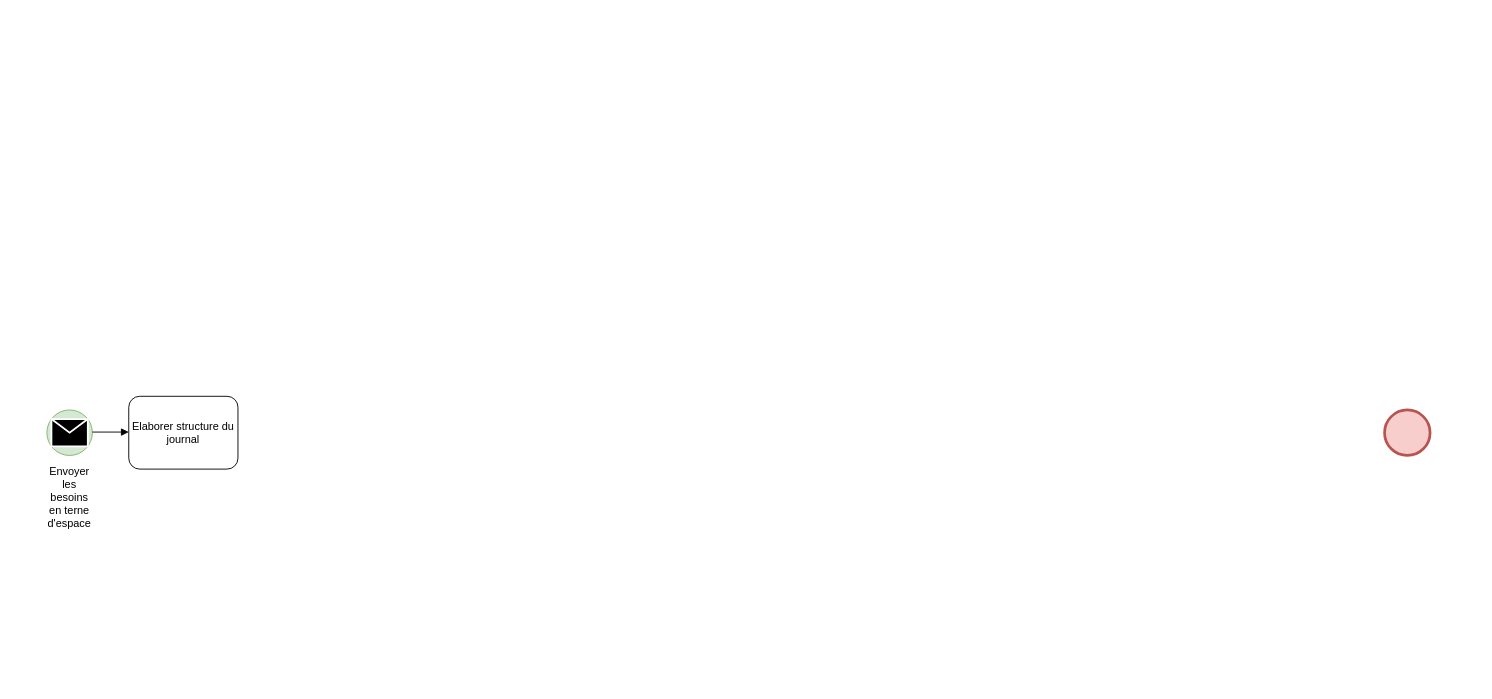
Before: Untitled Diagram.drawio in DonFeli/Projet_Inegalites, a draw.io diagram. Source tidied: cells renumbered, new cells numbered last; positions are measured from the earlier drawing's top-left corner, leaving out a move shared by most shapes. Both pictures are drawn from the tidied source at 91%, with x=0, y=0 at pixel (46, 396).
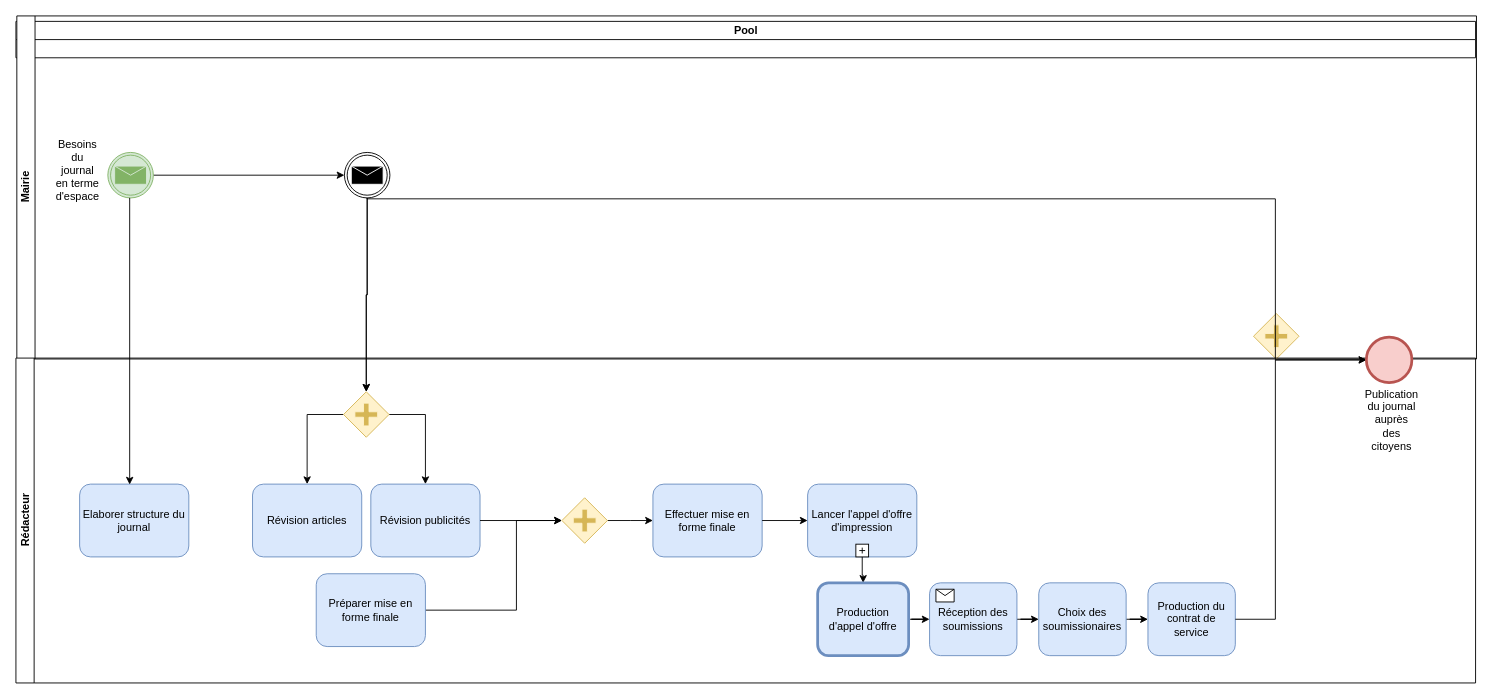
The same diagram, later.

What changed in the source:
```diff
@@
-    <mxCell id="2" style="shape=mxgraph.bpmn.shape;html=1;verticalLabelPosition=bottom;labelBackgroundColor=#ffffff;verticalAlign=top;align=center;perimeter=ellipsePerimeter;outline=standard;symbol=general;fillColor=#d5e8d4;strokeColor=#82b366;" parent="1" vertex="1">
-      <mxGeometry y="15" width="50" height="50" as="geometry" />
-    </mxCell>
-    <mxCell id="3" style="shape=mxgraph.bpmn.shape;html=1;verticalLabelPosition=bottom;labelBackgroundColor=#ffffff;verticalAlign=top;align=center;perimeter=ellipsePerimeter;outline=end;symbol=general;fillColor=#f8cecc;strokeColor=#b85450;" parent="1" vertex="1">
-      <mxGeometry x="1470" y="15" width="50" height="50" as="geometry" />
-    </mxCell>
-    <mxCell id="4" style="endArrow=block;endFill=1;endSize=6;html=1;" parent="1" edge="1">
-      <mxGeometry relative="1" as="geometry">
-        <mxPoint x="50" y="39.3" as="sourcePoint" />
-        <mxPoint x="90" y="39.3" as="targetPoint" />
-      </mxGeometry>
-    </mxCell>
-    <mxCell id="5" style="shape=message;whiteSpace=wrap;html=1;fillColor=#000000;strokeColor=#ffffff;strokeWidth=2;" parent="1" vertex="1">
-      <mxGeometry x="5" y="25" width="40" height="30" as="geometry" />
-    </mxCell>
+    <mxCell id="8" value="Pool" style="swimlane;html=1;horizontal=1;startSize=20;" parent="1" vertex="1">
+      <mxGeometry x="-34" y="-412" width="1604" height="40" as="geometry" />
+    </mxCell>
+    <mxCell id="9" value="Mairie" style="swimlane;html=1;startSize=20;horizontal=0;" parent="1" vertex="1">
+      <mxGeometry x="-33" y="-418" width="1604" height="377" as="geometry" />
+    </mxCell>
+    <mxCell id="10" style="edgeStyle=orthogonalEdgeStyle;rounded=0;jettySize=auto;html=1;entryX=0;entryY=0.5;entryDx=0;entryDy=0;" parent="9" edge="1" source="11" target="12">
+      <mxGeometry relative="1" as="geometry" />
+    </mxCell>
+    <mxCell id="11" style="shape=mxgraph.bpmn.shape;html=1;verticalLabelPosition=bottom;labelBackgroundColor=#ffffff;verticalAlign=top;align=center;perimeter=ellipsePerimeter;outlineConnect=0;outline=throwing;symbol=message;fillColor=#d5e8d4;strokeColor=#82b366;" parent="9" vertex="1">
+      <mxGeometry x="100" y="150" width="50" height="50" as="geometry" />
+    </mxCell>
+    <mxCell id="12" style="shape=mxgraph.bpmn.shape;html=1;verticalLabelPosition=bottom;labelBackgroundColor=#ffffff;verticalAlign=top;align=center;perimeter=ellipsePerimeter;outlineConnect=0;outline=throwing;symbol=message;" parent="9" vertex="1">
+      <mxGeometry x="360" y="150" width="50" height="50" as="geometry" />
+    </mxCell>
+    <mxCell id="13" value="Besoins du journal en terme d'espace" style="text;html=1;strokeColor=none;fillColor=none;align=center;verticalAlign=middle;whiteSpace=wrap;rounded=0;" parent="9" vertex="1">
+      <mxGeometry x="47" y="160" width="40" height="20" as="geometry" />
+    </mxCell>
+    <mxCell id="14" style="shape=mxgraph.bpmn.shape;html=1;verticalLabelPosition=bottom;labelBackgroundColor=#ffffff;verticalAlign=top;align=center;perimeter=rhombusPerimeter;background=gateway;outline=none;symbol=parallelGw;fillColor=#fff2cc;strokeColor=#d6b656;" parent="9" vertex="1">
+      <mxGeometry x="1359" y="327" width="50" height="50" as="geometry" />
+    </mxCell>
+    <mxCell id="15" value="Rédacteur" style="swimlane;html=1;startSize=20;horizontal=0;" parent="1" vertex="1">
+      <mxGeometry x="-34" y="-42" width="1604" height="357" as="geometry" />
+    </mxCell>
-    <mxCell id="6" value="Elaborer structure du journal" style="shape=ext;rounded=1;html=1;whiteSpace=wrap;" parent="1" vertex="1">
-      <mxGeometry x="90" width="120" height="80" as="geometry" />
+    <mxCell id="6" value="Elaborer structure du journal" style="shape=ext;rounded=1;html=1;whiteSpace=wrap;fillColor=#dae8fc;strokeColor=#6c8ebf;" parent="15" vertex="1">
+      <mxGeometry x="70" y="138.5" width="120" height="80" as="geometry" />
     </mxCell>
-    <mxCell id="7" value="Envoyer les besoins&lt;br&gt;en terne d'espace&lt;br&gt;" style="text;html=1;strokeColor=none;fillColor=none;align=center;verticalAlign=middle;whiteSpace=wrap;rounded=0;" parent="1" vertex="1">
-      <mxGeometry x="5" y="101" width="40" height="20" as="geometry" />
-    </mxCell>
+    <mxCell id="16" value="Révision articles" style="shape=ext;rounded=1;html=1;whiteSpace=wrap;fillColor=#dae8fc;strokeColor=#6c8ebf;" parent="15" vertex="1">
+      <mxGeometry x="260" y="138.5" width="120" height="80" as="geometry" />
+    </mxCell>
+    <mxCell id="17" value="Révision publicités" style="shape=ext;rounded=1;html=1;whiteSpace=wrap;fillColor=#dae8fc;strokeColor=#6c8ebf;" parent="15" vertex="1">
+      <mxGeometry x="390" y="138.5" width="120" height="80" as="geometry" />
+    </mxCell>
+    <mxCell id="18" style="edgeStyle=orthogonalEdgeStyle;rounded=0;jettySize=auto;html=1;entryX=0;entryY=0.5;entryDx=0;entryDy=0;" parent="15" edge="1" source="19" target="21">
+      <mxGeometry relative="1" as="geometry">
+        <Array as="points">
+          <mxPoint x="550" y="277" />
+          <mxPoint x="550" y="179" />
+        </Array>
+      </mxGeometry>
+    </mxCell>
+    <mxCell id="19" value="Préparer mise en forme finale" style="shape=ext;rounded=1;html=1;whiteSpace=wrap;fillColor=#dae8fc;strokeColor=#6c8ebf;" parent="15" vertex="1">
+      <mxGeometry x="330" y="237" width="120" height="80" as="geometry" />
+    </mxCell>
+    <mxCell id="20" style="edgeStyle=orthogonalEdgeStyle;rounded=0;jettySize=auto;html=1;entryX=0;entryY=0.5;entryDx=0;entryDy=0;" parent="15" edge="1" source="21">
+      <mxGeometry relative="1" as="geometry">
+        <mxPoint x="700" y="178.5" as="targetPoint" />
+        <Array as="points">
+          <mxPoint x="675" y="179" />
+          <mxPoint x="700" y="179" />
+        </Array>
+      </mxGeometry>
+    </mxCell>
+    <mxCell id="21" style="shape=mxgraph.bpmn.shape;html=1;verticalLabelPosition=bottom;labelBackgroundColor=#ffffff;verticalAlign=top;align=center;perimeter=rhombusPerimeter;background=gateway;outlineConnect=0;outline=none;symbol=parallelGw;fillColor=#fff2cc;strokeColor=#d6b656;" parent="15" vertex="1">
+      <mxGeometry x="600" y="153.5" width="50" height="50" as="geometry" />
+    </mxCell>
+    <mxCell id="22" style="edgeStyle=orthogonalEdgeStyle;rounded=0;jettySize=auto;html=1;entryX=0;entryY=0.5;entryDx=0;entryDy=0;" parent="15" edge="1" source="17" target="21">
+      <mxGeometry relative="1" as="geometry" />
+    </mxCell>
+    <mxCell id="23" value="Effectuer mise en forme finale" style="shape=ext;rounded=1;html=1;whiteSpace=wrap;fillColor=#dae8fc;strokeColor=#6c8ebf;" parent="15" vertex="1">
+      <mxGeometry x="700" y="138.5" width="120" height="80" as="geometry" />
+    </mxCell>
+    <mxCell id="24" value="Lancer l'appel d'offre d'impression" style="html=1;whiteSpace=wrap;rounded=1;fillColor=#dae8fc;strokeColor=#6c8ebf;" parent="15" vertex="1">
+      <mxGeometry x="870" y="138.5" width="120" height="80" as="geometry" />
+    </mxCell>
+    <mxCell id="25" style="html=1;shape=plus;outlineConnect=0;" parent="24" vertex="1">
+      <mxGeometry x="0.5" y="1" width="14" height="14" relative="1" as="geometry">
+        <mxPoint x="-7" y="-14" as="offset" />
+      </mxGeometry>
+    </mxCell>
+    <mxCell id="26" style="edgeStyle=orthogonalEdgeStyle;rounded=0;jettySize=auto;html=1;entryX=0.5;entryY=0;entryDx=0;entryDy=0;" parent="24" edge="1" source="25" target="29">
+      <mxGeometry relative="1" as="geometry" />
+    </mxCell>
+    <mxCell id="27" style="edgeStyle=orthogonalEdgeStyle;rounded=0;jettySize=auto;html=1;" parent="15" edge="1" source="23" target="24">
+      <mxGeometry relative="1" as="geometry" />
+    </mxCell>
+    <mxCell id="28" style="edgeStyle=orthogonalEdgeStyle;rounded=0;jettySize=auto;html=1;" parent="15" edge="1" source="29" target="31">
+      <mxGeometry relative="1" as="geometry" />
+    </mxCell>
+    <mxCell id="29" value="Production d'appel d'offre" style="shape=ext;rounded=1;html=1;whiteSpace=wrap;strokeWidth=3;fillColor=#dae8fc;strokeColor=#6c8ebf;" parent="15" vertex="1">
+      <mxGeometry x="881" y="247" width="100" height="80" as="geometry" />
+    </mxCell>
+    <mxCell id="30" style="edgeStyle=orthogonalEdgeStyle;rounded=0;jettySize=auto;html=1;entryX=0;entryY=0.5;entryDx=0;entryDy=0;" parent="15" edge="1" source="31" target="34">
+      <mxGeometry relative="1" as="geometry" />
+    </mxCell>
+    <mxCell id="31" value="Réception des soumissions" style="html=1;whiteSpace=wrap;rounded=1;fillColor=#dae8fc;strokeColor=#6c8ebf;" parent="15" vertex="1">
+      <mxGeometry x="1004" y="247" width="96" height="80" as="geometry" />
+    </mxCell>
+    <mxCell id="32" style="html=1;shape=message;" parent="31" vertex="1">
+      <mxGeometry width="20" height="14" relative="1" as="geometry">
+        <mxPoint x="7" y="7" as="offset" />
+      </mxGeometry>
+    </mxCell>
+    <mxCell id="33" style="edgeStyle=orthogonalEdgeStyle;rounded=0;jettySize=auto;html=1;entryX=0;entryY=0.5;entryDx=0;entryDy=0;" parent="15" edge="1" source="34" target="35">
+      <mxGeometry relative="1" as="geometry" />
+    </mxCell>
+    <mxCell id="34" value="Choix des soumissionaires" style="shape=ext;rounded=1;html=1;whiteSpace=wrap;fillColor=#dae8fc;strokeColor=#6c8ebf;" parent="15" vertex="1">
+      <mxGeometry x="1124" y="247" width="96" height="80" as="geometry" />
+    </mxCell>
+    <mxCell id="35" value="Production du contrat de service" style="shape=ext;rounded=1;html=1;whiteSpace=wrap;fillColor=#dae8fc;strokeColor=#6c8ebf;" parent="15" vertex="1">
+      <mxGeometry x="1244" y="247" width="96" height="80" as="geometry" />
+    </mxCell>
+    <mxCell id="36" value="Publication du journal auprès des citoyens" style="text;html=1;strokeColor=none;fillColor=none;align=center;verticalAlign=middle;whiteSpace=wrap;rounded=0;" parent="15" vertex="1">
+      <mxGeometry x="1492" y="58" width="40" height="20" as="geometry" />
+    </mxCell>
+    <mxCell id="37" style="edgeStyle=orthogonalEdgeStyle;rounded=0;jettySize=auto;html=1;entryX=0.5;entryY=0;entryDx=0;entryDy=0;" parent="1" edge="1" source="41" target="16">
+      <mxGeometry relative="1" as="geometry">
+        <Array as="points">
+          <mxPoint x="351" y="20" />
+          <mxPoint x="286" y="20" />
+        </Array>
+      </mxGeometry>
+    </mxCell>
+    <mxCell id="38" style="edgeStyle=orthogonalEdgeStyle;rounded=0;jettySize=auto;html=1;entryX=0.5;entryY=0;entryDx=0;entryDy=0;" parent="1" edge="1" source="41" target="17">
+      <mxGeometry relative="1" as="geometry">
+        <Array as="points">
+          <mxPoint x="351" y="20" />
+          <mxPoint x="416" y="20" />
+        </Array>
+      </mxGeometry>
+    </mxCell>
+    <mxCell id="39" style="edgeStyle=orthogonalEdgeStyle;rounded=0;jettySize=auto;html=1;entryX=0.5;entryY=0;entryDx=0;entryDy=0;" parent="1" edge="1" source="12" target="41">
+      <mxGeometry relative="1" as="geometry" />
+    </mxCell>
+    <mxCell id="40" style="edgeStyle=orthogonalEdgeStyle;rounded=0;jettySize=auto;html=1;" parent="1" edge="1" source="11">
+      <mxGeometry relative="1" as="geometry">
+        <mxPoint x="91" y="97" as="targetPoint" />
+        <Array as="points">
+          <mxPoint x="91" y="97" />
+        </Array>
+      </mxGeometry>
+    </mxCell>
+    <mxCell id="41" style="shape=mxgraph.bpmn.shape;html=1;verticalLabelPosition=bottom;labelBackgroundColor=#ffffff;verticalAlign=top;align=center;perimeter=rhombusPerimeter;background=gateway;outlineConnect=0;outline=none;symbol=parallelGw;fillColor=#fff2cc;strokeColor=#d6b656;" parent="1" vertex="1">
+      <mxGeometry x="326" y="-5" width="50" height="50" as="geometry" />
+    </mxCell>
+    <mxCell id="42" style="edgeStyle=orthogonalEdgeStyle;rounded=0;jettySize=auto;html=1;entryX=0.5;entryY=0;entryDx=0;entryDy=0;" parent="1" edge="1" source="12" target="41">
+      <mxGeometry relative="1" as="geometry" />
+    </mxCell>
+    <mxCell id="43" style="edgeStyle=orthogonalEdgeStyle;rounded=0;jettySize=auto;html=1;entryX=0;entryY=0.5;entryDx=0;entryDy=0;" parent="1" edge="1" source="35" target="45">
+      <mxGeometry relative="1" as="geometry">
+        <Array as="points">
+          <mxPoint x="1350" y="245" />
+          <mxPoint x="1350" y="-40" />
+        </Array>
+      </mxGeometry>
+    </mxCell>
+    <mxCell id="44" style="edgeStyle=orthogonalEdgeStyle;rounded=0;jettySize=auto;html=1;" parent="1" edge="1" source="12" target="45">
+      <mxGeometry relative="1" as="geometry">
+        <Array as="points">
+          <mxPoint x="1350" y="-217" />
+          <mxPoint x="1350" y="-40" />
+        </Array>
+      </mxGeometry>
+    </mxCell>
+    <mxCell id="45" style="shape=mxgraph.bpmn.shape;html=1;verticalLabelPosition=bottom;labelBackgroundColor=#ffffff;verticalAlign=top;align=center;perimeter=ellipsePerimeter;outlineConnect=0;outline=end;symbol=general;fillColor=#f8cecc;strokeColor=#b85450;" parent="1" vertex="1">
+      <mxGeometry x="1450" y="-65" width="50" height="50" as="geometry" />
+    </mxCell>
```
